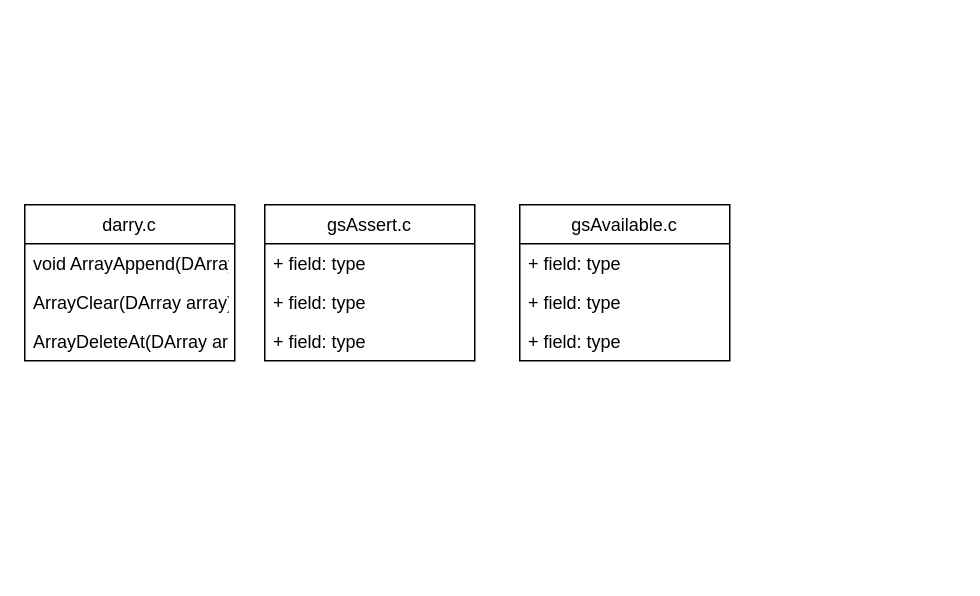
GameProgressive/UniSpyServer keeps this draw.io diagram as docs/GameSpy_SDK_UML.drawio. Above is the earlier version. Source tidied: cells renumbered, new cells numbered last; positions are measured from the earlier drawing's top-left corner, leaving out a move shared by most shapes. Both pictures are drawn from the tidied source at 150%, with x=0, y=0 at pixel (24, 204).
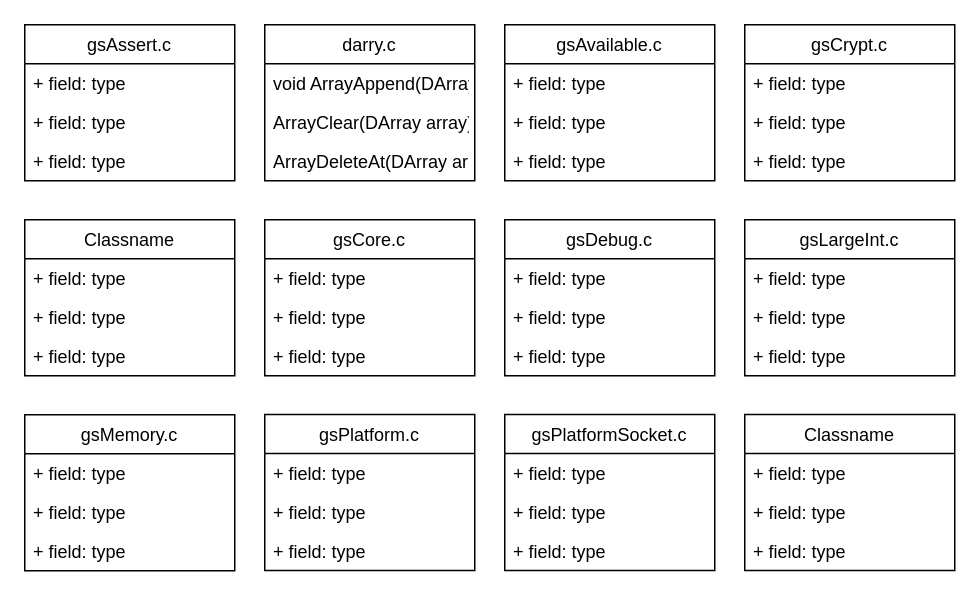
After the change.

What changed in the source:
```diff
@@
     <mxCell id="2" value="gsAssert.c" style="swimlane;fontStyle=0;horizontal=1;startSize=26;fillColor=none;fontColor=#000000;" parent="1" vertex="1">
-      <mxGeometry x="160" width="140" height="104" as="geometry" />
+      <mxGeometry y="-120" width="140" height="104" as="geometry" />
     </mxCell>
@@
     <mxCell id="6" value="darry.c" style="swimlane;fontStyle=0;horizontal=1;startSize=26;fillColor=none;fontColor=#000000;" parent="1" vertex="1">
-      <mxGeometry width="140" height="104" as="geometry" />
+      <mxGeometry x="160" y="-120" width="140" height="104" as="geometry" />
     </mxCell>
@@
     <mxCell id="10" value="gsAvailable.c" style="swimlane;fontStyle=0;horizontal=1;startSize=26;fillColor=none;fontColor=#000000;" parent="1" vertex="1">
-      <mxGeometry x="330" width="140" height="104" as="geometry" />
+      <mxGeometry x="320" y="-120" width="140" height="104" as="geometry" />
     </mxCell>
@@
+    <mxCell id="14" value="gsCore.c" style="swimlane;fontStyle=0;horizontal=1;startSize=26;fillColor=none;" parent="1" vertex="1">
+      <mxGeometry x="160" y="10" width="140" height="104" as="geometry" />
+    </mxCell>
+    <mxCell id="15" value="+ field: type" style="text;strokeColor=none;fillColor=none;align=left;verticalAlign=top;spacingLeft=4;spacingRight=4;overflow=hidden;" parent="14" vertex="1">
+      <mxGeometry y="26" width="140" height="26" as="geometry" />
+    </mxCell>
+    <mxCell id="16" value="+ field: type" style="text;strokeColor=none;fillColor=none;align=left;verticalAlign=top;spacingLeft=4;spacingRight=4;overflow=hidden;" parent="14" vertex="1">
+      <mxGeometry y="52" width="140" height="26" as="geometry" />
+    </mxCell>
+    <mxCell id="17" value="+ field: type" style="text;strokeColor=none;fillColor=none;align=left;verticalAlign=top;spacingLeft=4;spacingRight=4;overflow=hidden;" parent="14" vertex="1">
+      <mxGeometry y="78" width="140" height="26" as="geometry" />
+    </mxCell>
+    <mxCell id="18" value="gsCrypt.c" style="swimlane;fontStyle=0;horizontal=1;startSize=26;fillColor=none;" parent="1" vertex="1">
+      <mxGeometry x="480" y="-120" width="140" height="104" as="geometry" />
+    </mxCell>
+    <mxCell id="19" value="+ field: type" style="text;strokeColor=none;fillColor=none;align=left;verticalAlign=top;spacingLeft=4;spacingRight=4;overflow=hidden;" parent="18" vertex="1">
+      <mxGeometry y="26" width="140" height="26" as="geometry" />
+    </mxCell>
+    <mxCell id="20" value="+ field: type" style="text;strokeColor=none;fillColor=none;align=left;verticalAlign=top;spacingLeft=4;spacingRight=4;overflow=hidden;" parent="18" vertex="1">
+      <mxGeometry y="52" width="140" height="26" as="geometry" />
+    </mxCell>
+    <mxCell id="21" value="+ field: type" style="text;strokeColor=none;fillColor=none;align=left;verticalAlign=top;spacingLeft=4;spacingRight=4;overflow=hidden;" parent="18" vertex="1">
+      <mxGeometry y="78" width="140" height="26" as="geometry" />
+    </mxCell>
+    <mxCell id="22" value="Classname" style="swimlane;fontStyle=0;horizontal=1;startSize=26;fillColor=none;" parent="1" vertex="1">
+      <mxGeometry y="10" width="140" height="104" as="geometry" />
+    </mxCell>
+    <mxCell id="23" value="+ field: type" style="text;strokeColor=none;fillColor=none;align=left;verticalAlign=top;spacingLeft=4;spacingRight=4;overflow=hidden;" parent="22" vertex="1">
+      <mxGeometry y="26" width="140" height="26" as="geometry" />
+    </mxCell>
+    <mxCell id="24" value="+ field: type" style="text;strokeColor=none;fillColor=none;align=left;verticalAlign=top;spacingLeft=4;spacingRight=4;overflow=hidden;" parent="22" vertex="1">
+      <mxGeometry y="52" width="140" height="26" as="geometry" />
+    </mxCell>
+    <mxCell id="25" value="+ field: type" style="text;strokeColor=none;fillColor=none;align=left;verticalAlign=top;spacingLeft=4;spacingRight=4;overflow=hidden;" parent="22" vertex="1">
+      <mxGeometry y="78" width="140" height="26" as="geometry" />
+    </mxCell>
+    <mxCell id="26" value="gsDebug.c" style="swimlane;fontStyle=0;horizontal=1;startSize=26;fillColor=none;" parent="1" vertex="1">
+      <mxGeometry x="320" y="10" width="140" height="104" as="geometry" />
+    </mxCell>
+    <mxCell id="27" value="+ field: type" style="text;strokeColor=none;fillColor=none;align=left;verticalAlign=top;spacingLeft=4;spacingRight=4;overflow=hidden;" parent="26" vertex="1">
+      <mxGeometry y="26" width="140" height="26" as="geometry" />
+    </mxCell>
+    <mxCell id="28" value="+ field: type" style="text;strokeColor=none;fillColor=none;align=left;verticalAlign=top;spacingLeft=4;spacingRight=4;overflow=hidden;" parent="26" vertex="1">
+      <mxGeometry y="52" width="140" height="26" as="geometry" />
+    </mxCell>
+    <mxCell id="29" value="+ field: type" style="text;strokeColor=none;fillColor=none;align=left;verticalAlign=top;spacingLeft=4;spacingRight=4;overflow=hidden;" parent="26" vertex="1">
+      <mxGeometry y="78" width="140" height="26" as="geometry" />
+    </mxCell>
+    <mxCell id="30" value="gsLargeInt.c" style="swimlane;fontStyle=0;horizontal=1;startSize=26;fillColor=none;" parent="1" vertex="1">
+      <mxGeometry x="480" y="10" width="140" height="104" as="geometry" />
+    </mxCell>
+    <mxCell id="31" value="+ field: type" style="text;strokeColor=none;fillColor=none;align=left;verticalAlign=top;spacingLeft=4;spacingRight=4;overflow=hidden;" parent="30" vertex="1">
+      <mxGeometry y="26" width="140" height="26" as="geometry" />
+    </mxCell>
+    <mxCell id="32" value="+ field: type" style="text;strokeColor=none;fillColor=none;align=left;verticalAlign=top;spacingLeft=4;spacingRight=4;overflow=hidden;" parent="30" vertex="1">
+      <mxGeometry y="52" width="140" height="26" as="geometry" />
+    </mxCell>
+    <mxCell id="33" value="+ field: type" style="text;strokeColor=none;fillColor=none;align=left;verticalAlign=top;spacingLeft=4;spacingRight=4;overflow=hidden;" parent="30" vertex="1">
+      <mxGeometry y="78" width="140" height="26" as="geometry" />
+    </mxCell>
+    <mxCell id="34" value="gsMemory.c" style="swimlane;fontStyle=0;horizontal=1;startSize=26;fillColor=none;" parent="1" vertex="1">
+      <mxGeometry y="140" width="140" height="104" as="geometry" />
+    </mxCell>
+    <mxCell id="35" value="+ field: type" style="text;strokeColor=none;fillColor=none;align=left;verticalAlign=top;spacingLeft=4;spacingRight=4;overflow=hidden;" parent="34" vertex="1">
+      <mxGeometry y="26" width="140" height="26" as="geometry" />
+    </mxCell>
+    <mxCell id="36" value="+ field: type" style="text;strokeColor=none;fillColor=none;align=left;verticalAlign=top;spacingLeft=4;spacingRight=4;overflow=hidden;" parent="34" vertex="1">
+      <mxGeometry y="52" width="140" height="26" as="geometry" />
+    </mxCell>
+    <mxCell id="37" value="+ field: type" style="text;strokeColor=none;fillColor=none;align=left;verticalAlign=top;spacingLeft=4;spacingRight=4;overflow=hidden;" parent="34" vertex="1">
+      <mxGeometry y="78" width="140" height="26" as="geometry" />
+    </mxCell>
+    <mxCell id="38" value="gsPlatform.c" style="swimlane;fontStyle=0;horizontal=1;startSize=26;fillColor=none;" parent="1" vertex="1">
+      <mxGeometry x="160" y="139.8" width="140" height="104" as="geometry" />
+    </mxCell>
+    <mxCell id="39" value="+ field: type" style="text;strokeColor=none;fillColor=none;align=left;verticalAlign=top;spacingLeft=4;spacingRight=4;overflow=hidden;" parent="38" vertex="1">
+      <mxGeometry y="26" width="140" height="26" as="geometry" />
+    </mxCell>
+    <mxCell id="40" value="+ field: type" style="text;strokeColor=none;fillColor=none;align=left;verticalAlign=top;spacingLeft=4;spacingRight=4;overflow=hidden;" parent="38" vertex="1">
+      <mxGeometry y="52" width="140" height="26" as="geometry" />
+    </mxCell>
+    <mxCell id="41" value="+ field: type" style="text;strokeColor=none;fillColor=none;align=left;verticalAlign=top;spacingLeft=4;spacingRight=4;overflow=hidden;" parent="38" vertex="1">
+      <mxGeometry y="78" width="140" height="26" as="geometry" />
+    </mxCell>
+    <mxCell id="42" value="gsPlatformSocket.c" style="swimlane;fontStyle=0;horizontal=1;startSize=26;fillColor=none;" parent="1" vertex="1">
+      <mxGeometry x="320" y="139.8" width="140" height="104" as="geometry" />
+    </mxCell>
+    <mxCell id="43" value="+ field: type" style="text;strokeColor=none;fillColor=none;align=left;verticalAlign=top;spacingLeft=4;spacingRight=4;overflow=hidden;" parent="42" vertex="1">
+      <mxGeometry y="26" width="140" height="26" as="geometry" />
+    </mxCell>
+    <mxCell id="44" value="+ field: type" style="text;strokeColor=none;fillColor=none;align=left;verticalAlign=top;spacingLeft=4;spacingRight=4;overflow=hidden;" parent="42" vertex="1">
+      <mxGeometry y="52" width="140" height="26" as="geometry" />
+    </mxCell>
+    <mxCell id="45" value="+ field: type" style="text;strokeColor=none;fillColor=none;align=left;verticalAlign=top;spacingLeft=4;spacingRight=4;overflow=hidden;" parent="42" vertex="1">
+      <mxGeometry y="78" width="140" height="26" as="geometry" />
+    </mxCell>
+    <mxCell id="46" value="Classname" style="swimlane;fontStyle=0;horizontal=1;startSize=26;fillColor=none;" parent="1" vertex="1">
+      <mxGeometry x="480" y="139.8" width="140" height="104" as="geometry" />
+    </mxCell>
+    <mxCell id="47" value="+ field: type" style="text;strokeColor=none;fillColor=none;align=left;verticalAlign=top;spacingLeft=4;spacingRight=4;overflow=hidden;" parent="46" vertex="1">
+      <mxGeometry y="26" width="140" height="26" as="geometry" />
+    </mxCell>
+    <mxCell id="48" value="+ field: type" style="text;strokeColor=none;fillColor=none;align=left;verticalAlign=top;spacingLeft=4;spacingRight=4;overflow=hidden;" parent="46" vertex="1">
+      <mxGeometry y="52" width="140" height="26" as="geometry" />
+    </mxCell>
+    <mxCell id="49" value="+ field: type" style="text;strokeColor=none;fillColor=none;align=left;verticalAlign=top;spacingLeft=4;spacingRight=4;overflow=hidden;" parent="46" vertex="1">
+      <mxGeometry y="78" width="140" height="26" as="geometry" />
+    </mxCell>
```
